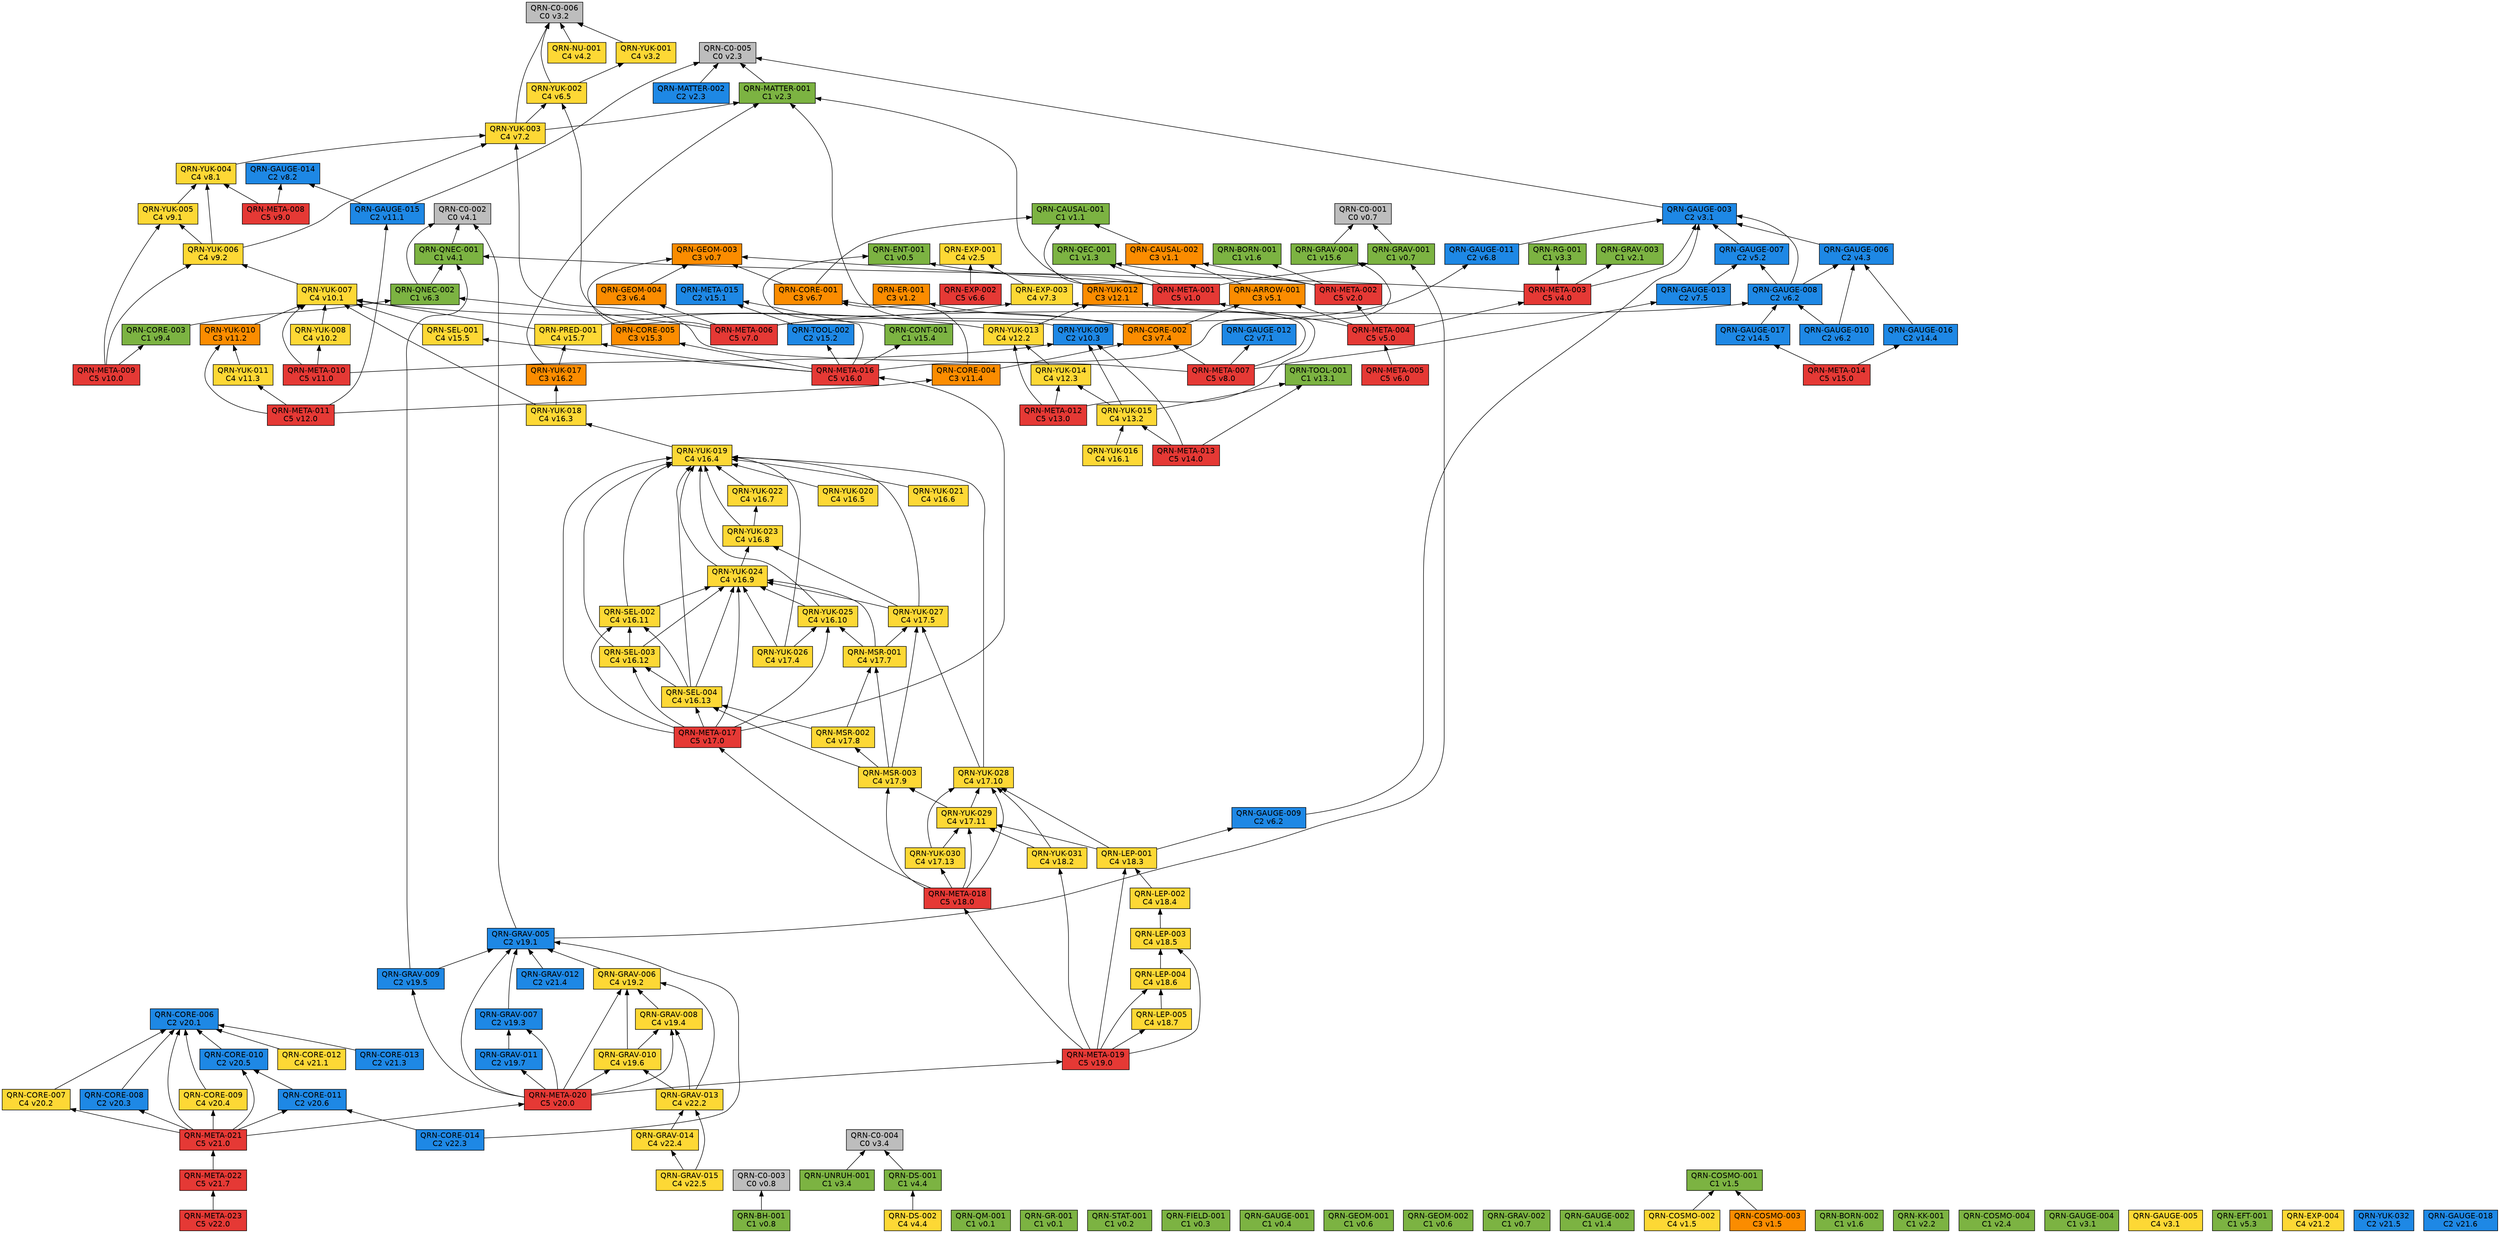
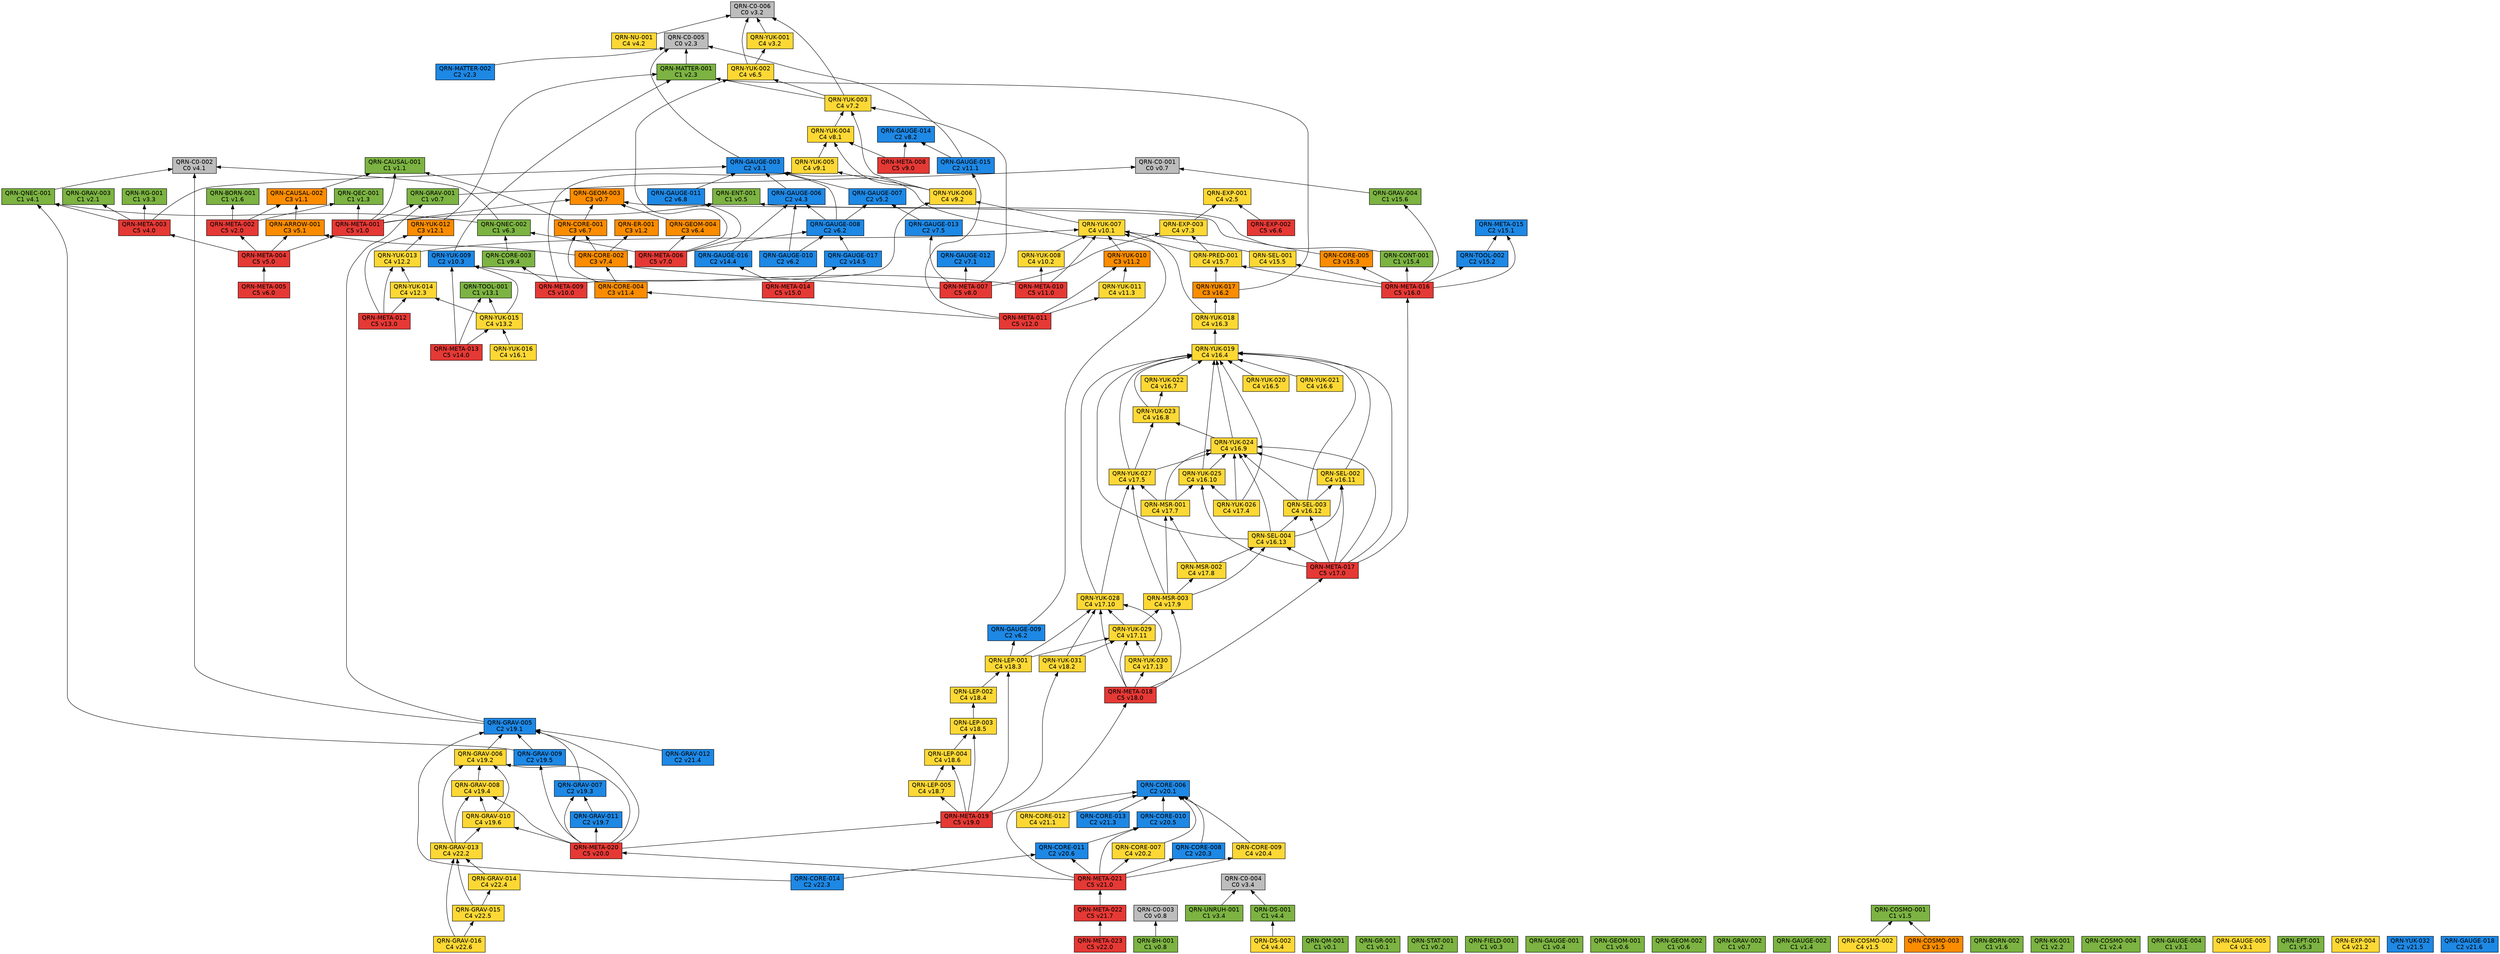
// 自動生成 (dag/report.pl) — QRN 主張依存グラフ
digraph qrn {
  rankdir=BT;
  node [shape=box, style=filled, fontname="Helvetica"];
  "QRN-C0-001" [fillcolor="#bdbdbd", label="QRN-C0-001\nC0 v0.7"];
  "QRN-C0-002" [fillcolor="#bdbdbd", label="QRN-C0-002\nC0 v4.1"];
  "QRN-C0-003" [fillcolor="#bdbdbd", label="QRN-C0-003\nC0 v0.8"];
  "QRN-C0-004" [fillcolor="#bdbdbd", label="QRN-C0-004\nC0 v3.4"];
  "QRN-C0-005" [fillcolor="#bdbdbd", label="QRN-C0-005\nC0 v2.3"];
  "QRN-C0-006" [fillcolor="#bdbdbd", label="QRN-C0-006\nC0 v3.2"];
  "QRN-QM-001" [fillcolor="#7cb342", label="QRN-QM-001\nC1 v0.1"];
  "QRN-GR-001" [fillcolor="#7cb342", label="QRN-GR-001\nC1 v0.1"];
  "QRN-STAT-001" [fillcolor="#7cb342", label="QRN-STAT-001\nC1 v0.2"];
  "QRN-FIELD-001" [fillcolor="#7cb342", label="QRN-FIELD-001\nC1 v0.3"];
  "QRN-GAUGE-001" [fillcolor="#7cb342", label="QRN-GAUGE-001\nC1 v0.4"];
  "QRN-ENT-001" [fillcolor="#7cb342", label="QRN-ENT-001\nC1 v0.5"];
  "QRN-GEOM-001" [fillcolor="#7cb342", label="QRN-GEOM-001\nC1 v0.6"];
  "QRN-GEOM-002" [fillcolor="#7cb342", label="QRN-GEOM-002\nC1 v0.6"];
  "QRN-GEOM-003" [fillcolor="#fb8c00", label="QRN-GEOM-003\nC3 v0.7"];
  "QRN-GRAV-001" [fillcolor="#7cb342", label="QRN-GRAV-001\nC1 v0.7"];
  "QRN-GRAV-002" [fillcolor="#7cb342", label="QRN-GRAV-002\nC1 v0.7"];
  "QRN-BH-001" [fillcolor="#7cb342", label="QRN-BH-001\nC1 v0.8"];
  "QRN-CAUSAL-001" [fillcolor="#7cb342", label="QRN-CAUSAL-001\nC1 v1.1"];
  "QRN-CAUSAL-002" [fillcolor="#fb8c00", label="QRN-CAUSAL-002\nC3 v1.1"];
  "QRN-ER-001" [fillcolor="#fb8c00", label="QRN-ER-001\nC3 v1.2"];
  "QRN-QEC-001" [fillcolor="#7cb342", label="QRN-QEC-001\nC1 v1.3"];
  "QRN-GAUGE-002" [fillcolor="#7cb342", label="QRN-GAUGE-002\nC1 v1.4"];
  "QRN-COSMO-001" [fillcolor="#7cb342", label="QRN-COSMO-001\nC1 v1.5"];
  "QRN-COSMO-002" [fillcolor="#fdd835", label="QRN-COSMO-002\nC4 v1.5"];
  "QRN-COSMO-003" [fillcolor="#fb8c00", label="QRN-COSMO-003\nC3 v1.5"];
  "QRN-BORN-001" [fillcolor="#7cb342", label="QRN-BORN-001\nC1 v1.6"];
  "QRN-BORN-002" [fillcolor="#7cb342", label="QRN-BORN-002\nC1 v1.6"];
  "QRN-GRAV-003" [fillcolor="#7cb342", label="QRN-GRAV-003\nC1 v2.1"];
  "QRN-KK-001" [fillcolor="#7cb342", label="QRN-KK-001\nC1 v2.2"];
  "QRN-MATTER-001" [fillcolor="#7cb342", label="QRN-MATTER-001\nC1 v2.3"];
  "QRN-MATTER-002" [fillcolor="#1e88e5", label="QRN-MATTER-002\nC2 v2.3"];
  "QRN-COSMO-004" [fillcolor="#7cb342", label="QRN-COSMO-004\nC1 v2.4"];
  "QRN-EXP-001" [fillcolor="#fdd835", label="QRN-EXP-001\nC4 v2.5"];
  "QRN-GAUGE-003" [fillcolor="#1e88e5", label="QRN-GAUGE-003\nC2 v3.1"];
  "QRN-GAUGE-004" [fillcolor="#7cb342", label="QRN-GAUGE-004\nC1 v3.1"];
  "QRN-GAUGE-005" [fillcolor="#fdd835", label="QRN-GAUGE-005\nC4 v3.1"];
  "QRN-YUK-001" [fillcolor="#fdd835", label="QRN-YUK-001\nC4 v3.2"];
  "QRN-RG-001" [fillcolor="#7cb342", label="QRN-RG-001\nC1 v3.3"];
  "QRN-UNRUH-001" [fillcolor="#7cb342", label="QRN-UNRUH-001\nC1 v3.4"];
  "QRN-QNEC-001" [fillcolor="#7cb342", label="QRN-QNEC-001\nC1 v4.1"];
  "QRN-NU-001" [fillcolor="#fdd835", label="QRN-NU-001\nC4 v4.2"];
  "QRN-GAUGE-006" [fillcolor="#1e88e5", label="QRN-GAUGE-006\nC2 v4.3"];
  "QRN-DS-001" [fillcolor="#7cb342", label="QRN-DS-001\nC1 v4.4"];
  "QRN-DS-002" [fillcolor="#fdd835", label="QRN-DS-002\nC4 v4.4"];
  "QRN-ARROW-001" [fillcolor="#fb8c00", label="QRN-ARROW-001\nC3 v5.1"];
  "QRN-GAUGE-007" [fillcolor="#1e88e5", label="QRN-GAUGE-007\nC2 v5.2"];
  "QRN-EFT-001" [fillcolor="#7cb342", label="QRN-EFT-001\nC1 v5.3"];
  "QRN-GAUGE-008" [fillcolor="#1e88e5", label="QRN-GAUGE-008\nC2 v6.2"];
  "QRN-GAUGE-009" [fillcolor="#1e88e5", label="QRN-GAUGE-009\nC2 v6.2"];
  "QRN-GAUGE-010" [fillcolor="#1e88e5", label="QRN-GAUGE-010\nC2 v6.2"];
  "QRN-QNEC-002" [fillcolor="#7cb342", label="QRN-QNEC-002\nC1 v6.3"];
  "QRN-GEOM-004" [fillcolor="#fb8c00", label="QRN-GEOM-004\nC3 v6.4"];
  "QRN-YUK-002" [fillcolor="#fdd835", label="QRN-YUK-002\nC4 v6.5"];
  "QRN-EXP-002" [fillcolor="#e53935", label="QRN-EXP-002\nC5 v6.6"];
  "QRN-CORE-001" [fillcolor="#fb8c00", label="QRN-CORE-001\nC3 v6.7"];
  "QRN-GAUGE-011" [fillcolor="#1e88e5", label="QRN-GAUGE-011\nC2 v6.8"];
  "QRN-GAUGE-012" [fillcolor="#1e88e5", label="QRN-GAUGE-012\nC2 v7.1"];
  "QRN-YUK-003" [fillcolor="#fdd835", label="QRN-YUK-003\nC4 v7.2"];
  "QRN-EXP-003" [fillcolor="#fdd835", label="QRN-EXP-003\nC4 v7.3"];
  "QRN-CORE-002" [fillcolor="#fb8c00", label="QRN-CORE-002\nC3 v7.4"];
  "QRN-GAUGE-013" [fillcolor="#1e88e5", label="QRN-GAUGE-013\nC2 v7.5"];
  "QRN-YUK-004" [fillcolor="#fdd835", label="QRN-YUK-004\nC4 v8.1"];
  "QRN-GAUGE-014" [fillcolor="#1e88e5", label="QRN-GAUGE-014\nC2 v8.2"];
  "QRN-META-001" [fillcolor="#e53935", label="QRN-META-001\nC5 v1.0"];
  "QRN-META-002" [fillcolor="#e53935", label="QRN-META-002\nC5 v2.0"];
  "QRN-META-003" [fillcolor="#e53935", label="QRN-META-003\nC5 v4.0"];
  "QRN-META-004" [fillcolor="#e53935", label="QRN-META-004\nC5 v5.0"];
  "QRN-META-005" [fillcolor="#e53935", label="QRN-META-005\nC5 v6.0"];
  "QRN-META-006" [fillcolor="#e53935", label="QRN-META-006\nC5 v7.0"];
  "QRN-META-007" [fillcolor="#e53935", label="QRN-META-007\nC5 v8.0"];
  "QRN-META-008" [fillcolor="#e53935", label="QRN-META-008\nC5 v9.0"];
  "QRN-YUK-005" [fillcolor="#fdd835", label="QRN-YUK-005\nC4 v9.1"];
  "QRN-YUK-006" [fillcolor="#fdd835", label="QRN-YUK-006\nC4 v9.2"];
  "QRN-CORE-003" [fillcolor="#7cb342", label="QRN-CORE-003\nC1 v9.4"];
  "QRN-META-009" [fillcolor="#e53935", label="QRN-META-009\nC5 v10.0"];
  "QRN-YUK-007" [fillcolor="#fdd835", label="QRN-YUK-007\nC4 v10.1"];
  "QRN-YUK-008" [fillcolor="#fdd835", label="QRN-YUK-008\nC4 v10.2"];
  "QRN-YUK-009" [fillcolor="#1e88e5", label="QRN-YUK-009\nC2 v10.3"];
  "QRN-META-010" [fillcolor="#e53935", label="QRN-META-010\nC5 v11.0"];
  "QRN-GAUGE-015" [fillcolor="#1e88e5", label="QRN-GAUGE-015\nC2 v11.1"];
  "QRN-YUK-010" [fillcolor="#fb8c00", label="QRN-YUK-010\nC3 v11.2"];
  "QRN-YUK-011" [fillcolor="#fdd835", label="QRN-YUK-011\nC4 v11.3"];
  "QRN-CORE-004" [fillcolor="#fb8c00", label="QRN-CORE-004\nC3 v11.4"];
  "QRN-META-011" [fillcolor="#e53935", label="QRN-META-011\nC5 v12.0"];
  "QRN-YUK-012" [fillcolor="#fb8c00", label="QRN-YUK-012\nC3 v12.1"];
  "QRN-YUK-013" [fillcolor="#fdd835", label="QRN-YUK-013\nC4 v12.2"];
  "QRN-YUK-014" [fillcolor="#fdd835", label="QRN-YUK-014\nC4 v12.3"];
  "QRN-META-012" [fillcolor="#e53935", label="QRN-META-012\nC5 v13.0"];
  "QRN-TOOL-001" [fillcolor="#7cb342", label="QRN-TOOL-001\nC1 v13.1"];
  "QRN-YUK-015" [fillcolor="#fdd835", label="QRN-YUK-015\nC4 v13.2"];
  "QRN-META-013" [fillcolor="#e53935", label="QRN-META-013\nC5 v14.0"];
  "QRN-GAUGE-016" [fillcolor="#1e88e5", label="QRN-GAUGE-016\nC2 v14.4"];
  "QRN-GAUGE-017" [fillcolor="#1e88e5", label="QRN-GAUGE-017\nC2 v14.5"];
  "QRN-META-014" [fillcolor="#e53935", label="QRN-META-014\nC5 v15.0"];
  "QRN-META-015" [fillcolor="#1e88e5", label="QRN-META-015\nC2 v15.1"];
  "QRN-TOOL-002" [fillcolor="#1e88e5", label="QRN-TOOL-002\nC2 v15.2"];
  "QRN-CORE-005" [fillcolor="#fb8c00", label="QRN-CORE-005\nC3 v15.3"];
  "QRN-CONT-001" [fillcolor="#7cb342", label="QRN-CONT-001\nC1 v15.4"];
  "QRN-SEL-001" [fillcolor="#fdd835", label="QRN-SEL-001\nC4 v15.5"];
  "QRN-GRAV-004" [fillcolor="#7cb342", label="QRN-GRAV-004\nC1 v15.6"];
  "QRN-PRED-001" [fillcolor="#fdd835", label="QRN-PRED-001\nC4 v15.7"];
  "QRN-META-016" [fillcolor="#e53935", label="QRN-META-016\nC5 v16.0"];
  "QRN-YUK-016" [fillcolor="#fdd835", label="QRN-YUK-016\nC4 v16.1"];
  "QRN-YUK-017" [fillcolor="#fb8c00", label="QRN-YUK-017\nC3 v16.2"];
  "QRN-YUK-018" [fillcolor="#fdd835", label="QRN-YUK-018\nC4 v16.3"];
  "QRN-YUK-019" [fillcolor="#fdd835", label="QRN-YUK-019\nC4 v16.4"];
  "QRN-YUK-020" [fillcolor="#fdd835", label="QRN-YUK-020\nC4 v16.5"];
  "QRN-YUK-021" [fillcolor="#fdd835", label="QRN-YUK-021\nC4 v16.6"];
  "QRN-YUK-022" [fillcolor="#fdd835", label="QRN-YUK-022\nC4 v16.7"];
  "QRN-YUK-023" [fillcolor="#fdd835", label="QRN-YUK-023\nC4 v16.8"];
  "QRN-YUK-024" [fillcolor="#fdd835", label="QRN-YUK-024\nC4 v16.9"];
  "QRN-YUK-025" [fillcolor="#fdd835", label="QRN-YUK-025\nC4 v16.10"];
  "QRN-SEL-002" [fillcolor="#fdd835", label="QRN-SEL-002\nC4 v16.11"];
  "QRN-SEL-003" [fillcolor="#fdd835", label="QRN-SEL-003\nC4 v16.12"];
  "QRN-SEL-004" [fillcolor="#fdd835", label="QRN-SEL-004\nC4 v16.13"];
  "QRN-META-017" [fillcolor="#e53935", label="QRN-META-017\nC5 v17.0"];
  "QRN-YUK-026" [fillcolor="#fdd835", label="QRN-YUK-026\nC4 v17.4"];
  "QRN-YUK-027" [fillcolor="#fdd835", label="QRN-YUK-027\nC4 v17.5"];
  "QRN-MSR-001" [fillcolor="#fdd835", label="QRN-MSR-001\nC4 v17.7"];
  "QRN-MSR-002" [fillcolor="#fdd835", label="QRN-MSR-002\nC4 v17.8"];
  "QRN-MSR-003" [fillcolor="#fdd835", label="QRN-MSR-003\nC4 v17.9"];
  "QRN-YUK-028" [fillcolor="#fdd835", label="QRN-YUK-028\nC4 v17.10"];
  "QRN-YUK-029" [fillcolor="#fdd835", label="QRN-YUK-029\nC4 v17.11"];
  "QRN-YUK-030" [fillcolor="#fdd835", label="QRN-YUK-030\nC4 v17.13"];
  "QRN-META-018" [fillcolor="#e53935", label="QRN-META-018\nC5 v18.0"];
  "QRN-YUK-031" [fillcolor="#fdd835", label="QRN-YUK-031\nC4 v18.2"];
  "QRN-LEP-001" [fillcolor="#fdd835", label="QRN-LEP-001\nC4 v18.3"];
  "QRN-LEP-002" [fillcolor="#fdd835", label="QRN-LEP-002\nC4 v18.4"];
  "QRN-LEP-003" [fillcolor="#fdd835", label="QRN-LEP-003\nC4 v18.5"];
  "QRN-LEP-004" [fillcolor="#fdd835", label="QRN-LEP-004\nC4 v18.6"];
  "QRN-LEP-005" [fillcolor="#fdd835", label="QRN-LEP-005\nC4 v18.7"];
  "QRN-META-019" [fillcolor="#e53935", label="QRN-META-019\nC5 v19.0"];
  "QRN-GRAV-005" [fillcolor="#1e88e5", label="QRN-GRAV-005\nC2 v19.1"];
  "QRN-GRAV-006" [fillcolor="#fdd835", label="QRN-GRAV-006\nC4 v19.2"];
  "QRN-GRAV-007" [fillcolor="#1e88e5", label="QRN-GRAV-007\nC2 v19.3"];
  "QRN-GRAV-008" [fillcolor="#fdd835", label="QRN-GRAV-008\nC4 v19.4"];
  "QRN-GRAV-009" [fillcolor="#1e88e5", label="QRN-GRAV-009\nC2 v19.5"];
  "QRN-GRAV-010" [fillcolor="#fdd835", label="QRN-GRAV-010\nC4 v19.6"];
  "QRN-GRAV-011" [fillcolor="#1e88e5", label="QRN-GRAV-011\nC2 v19.7"];
  "QRN-META-020" [fillcolor="#e53935", label="QRN-META-020\nC5 v20.0"];
  "QRN-CORE-006" [fillcolor="#1e88e5", label="QRN-CORE-006\nC2 v20.1"];
  "QRN-CORE-007" [fillcolor="#fdd835", label="QRN-CORE-007\nC4 v20.2"];
  "QRN-CORE-008" [fillcolor="#1e88e5", label="QRN-CORE-008\nC2 v20.3"];
  "QRN-CORE-009" [fillcolor="#fdd835", label="QRN-CORE-009\nC4 v20.4"];
  "QRN-CORE-010" [fillcolor="#1e88e5", label="QRN-CORE-010\nC2 v20.5"];
  "QRN-CORE-011" [fillcolor="#1e88e5", label="QRN-CORE-011\nC2 v20.6"];
  "QRN-META-021" [fillcolor="#e53935", label="QRN-META-021\nC5 v21.0"];
  "QRN-CORE-012" [fillcolor="#fdd835", label="QRN-CORE-012\nC4 v21.1"];
  "QRN-EXP-004" [fillcolor="#fdd835", label="QRN-EXP-004\nC4 v21.2"];
  "QRN-CORE-013" [fillcolor="#1e88e5", label="QRN-CORE-013\nC2 v21.3"];
  "QRN-GRAV-012" [fillcolor="#1e88e5", label="QRN-GRAV-012\nC2 v21.4"];
  "QRN-YUK-032" [fillcolor="#1e88e5", label="QRN-YUK-032\nC2 v21.5"];
  "QRN-GAUGE-018" [fillcolor="#1e88e5", label="QRN-GAUGE-018\nC2 v21.6"];
  "QRN-META-022" [fillcolor="#e53935", label="QRN-META-022\nC5 v21.7"];
  "QRN-META-023" [fillcolor="#e53935", label="QRN-META-023\nC5 v22.0"];
  "QRN-CORE-014" [fillcolor="#1e88e5", label="QRN-CORE-014\nC2 v22.3"];
  "QRN-GRAV-013" [fillcolor="#fdd835", label="QRN-GRAV-013\nC4 v22.2"];
  "QRN-GRAV-014" [fillcolor="#fdd835", label="QRN-GRAV-014\nC4 v22.4"];
  "QRN-GRAV-015" [fillcolor="#fdd835", label="QRN-GRAV-015\nC4 v22.5"];
+   "QRN-GRAV-016" [fillcolor="#fdd835", label="QRN-GRAV-016\nC4 v22.6"];
  "QRN-GRAV-001" -> "QRN-C0-001";
  "QRN-BH-001" -> "QRN-C0-003";
  "QRN-CAUSAL-002" -> "QRN-CAUSAL-001";
  "QRN-COSMO-002" -> "QRN-COSMO-001";
  "QRN-COSMO-003" -> "QRN-COSMO-001";
  "QRN-MATTER-001" -> "QRN-C0-005";
  "QRN-MATTER-002" -> "QRN-C0-005";
  "QRN-GAUGE-003" -> "QRN-C0-005";
  "QRN-YUK-001" -> "QRN-C0-006";
  "QRN-UNRUH-001" -> "QRN-C0-004";
  "QRN-QNEC-001" -> "QRN-C0-002";
  "QRN-NU-001" -> "QRN-C0-006";
  "QRN-GAUGE-006" -> "QRN-GAUGE-003";
  "QRN-DS-001" -> "QRN-C0-004";
  "QRN-DS-002" -> "QRN-DS-001";
  "QRN-ARROW-001" -> "QRN-CAUSAL-002";
  "QRN-GAUGE-007" -> "QRN-GAUGE-003";
  "QRN-GAUGE-008" -> "QRN-GAUGE-003";
  "QRN-GAUGE-008" -> "QRN-GAUGE-006";
  "QRN-GAUGE-008" -> "QRN-GAUGE-007";
  "QRN-GAUGE-009" -> "QRN-GAUGE-003";
  "QRN-GAUGE-010" -> "QRN-GAUGE-006";
  "QRN-GAUGE-010" -> "QRN-GAUGE-008";
  "QRN-QNEC-002" -> "QRN-C0-002";
  "QRN-QNEC-002" -> "QRN-QNEC-001";
  "QRN-GEOM-004" -> "QRN-GEOM-003";
  "QRN-YUK-002" -> "QRN-C0-006";
  "QRN-YUK-002" -> "QRN-YUK-001";
  "QRN-EXP-002" -> "QRN-EXP-001";
  "QRN-CORE-001" -> "QRN-GEOM-003";
  "QRN-CORE-001" -> "QRN-CAUSAL-001";
  "QRN-GAUGE-011" -> "QRN-GAUGE-003";
  "QRN-YUK-003" -> "QRN-C0-006";
  "QRN-YUK-003" -> "QRN-MATTER-001";
  "QRN-YUK-003" -> "QRN-YUK-002";
  "QRN-EXP-003" -> "QRN-EXP-001";
  "QRN-CORE-002" -> "QRN-CORE-001";
  "QRN-CORE-002" -> "QRN-ER-001";
  "QRN-CORE-002" -> "QRN-ARROW-001";
  "QRN-GAUGE-013" -> "QRN-GAUGE-007";
  "QRN-YUK-004" -> "QRN-YUK-003";
  "QRN-META-001" -> "QRN-GEOM-003";
  "QRN-META-001" -> "QRN-GRAV-001";
  "QRN-META-001" -> "QRN-CAUSAL-001";
  "QRN-META-001" -> "QRN-QEC-001";
  "QRN-META-001" -> "QRN-ENT-001";
  "QRN-META-002" -> "QRN-QEC-001";
  "QRN-META-002" -> "QRN-BORN-001";
  "QRN-META-002" -> "QRN-CAUSAL-002";
  "QRN-META-003" -> "QRN-GAUGE-003";
  "QRN-META-003" -> "QRN-RG-001";
  "QRN-META-003" -> "QRN-QNEC-001";
  "QRN-META-003" -> "QRN-GRAV-003";
  "QRN-META-004" -> "QRN-META-001";
  "QRN-META-004" -> "QRN-META-002";
  "QRN-META-004" -> "QRN-META-003";
  "QRN-META-004" -> "QRN-ARROW-001";
  "QRN-META-005" -> "QRN-META-004";
  "QRN-META-006" -> "QRN-GAUGE-008";
  "QRN-META-006" -> "QRN-QNEC-002";
  "QRN-META-006" -> "QRN-GEOM-004";
  "QRN-META-006" -> "QRN-YUK-002";
  "QRN-META-006" -> "QRN-GAUGE-011";
  "QRN-META-007" -> "QRN-GAUGE-012";
  "QRN-META-007" -> "QRN-YUK-003";
  "QRN-META-007" -> "QRN-EXP-003";
  "QRN-META-007" -> "QRN-CORE-002";
  "QRN-META-007" -> "QRN-GAUGE-013";
  "QRN-META-008" -> "QRN-YUK-004";
  "QRN-META-008" -> "QRN-GAUGE-014";
  "QRN-YUK-005" -> "QRN-YUK-004";
  "QRN-YUK-006" -> "QRN-YUK-003";
  "QRN-YUK-006" -> "QRN-YUK-004";
  "QRN-YUK-006" -> "QRN-YUK-005";
  "QRN-CORE-003" -> "QRN-QNEC-002";
  "QRN-META-009" -> "QRN-YUK-005";
  "QRN-META-009" -> "QRN-YUK-006";
  "QRN-META-009" -> "QRN-CORE-003";
  "QRN-YUK-007" -> "QRN-YUK-006";
  "QRN-YUK-008" -> "QRN-YUK-007";
  "QRN-YUK-009" -> "QRN-MATTER-001";
  "QRN-META-010" -> "QRN-YUK-007";
  "QRN-META-010" -> "QRN-YUK-008";
  "QRN-META-010" -> "QRN-YUK-009";
  "QRN-GAUGE-015" -> "QRN-C0-005";
  "QRN-GAUGE-015" -> "QRN-GAUGE-014";
  "QRN-YUK-010" -> "QRN-YUK-007";
  "QRN-YUK-011" -> "QRN-YUK-010";
  "QRN-CORE-004" -> "QRN-CORE-001";
  "QRN-CORE-004" -> "QRN-CORE-002";
  "QRN-META-011" -> "QRN-GAUGE-015";
  "QRN-META-011" -> "QRN-YUK-010";
  "QRN-META-011" -> "QRN-YUK-011";
  "QRN-META-011" -> "QRN-CORE-004";
  "QRN-YUK-012" -> "QRN-MATTER-001";
  "QRN-YUK-013" -> "QRN-YUK-012";
  "QRN-YUK-013" -> "QRN-YUK-007";
  "QRN-YUK-014" -> "QRN-YUK-013";
  "QRN-META-012" -> "QRN-YUK-012";
  "QRN-META-012" -> "QRN-YUK-013";
  "QRN-META-012" -> "QRN-YUK-014";
  "QRN-YUK-015" -> "QRN-YUK-014";
  "QRN-YUK-015" -> "QRN-TOOL-001";
  "QRN-YUK-015" -> "QRN-YUK-009";
  "QRN-META-013" -> "QRN-YUK-015";
  "QRN-META-013" -> "QRN-TOOL-001";
  "QRN-META-013" -> "QRN-YUK-009";
  "QRN-GAUGE-016" -> "QRN-GAUGE-006";
  "QRN-GAUGE-017" -> "QRN-GAUGE-008";
  "QRN-META-014" -> "QRN-GAUGE-016";
  "QRN-META-014" -> "QRN-GAUGE-017";
  "QRN-TOOL-002" -> "QRN-META-015";
  "QRN-CORE-005" -> "QRN-GEOM-003";
  "QRN-CONT-001" -> "QRN-ENT-001";
  "QRN-SEL-001" -> "QRN-YUK-007";
  "QRN-GRAV-004" -> "QRN-C0-001";
  "QRN-PRED-001" -> "QRN-YUK-007";
  "QRN-PRED-001" -> "QRN-EXP-003";
  "QRN-META-016" -> "QRN-META-015";
  "QRN-META-016" -> "QRN-TOOL-002";
  "QRN-META-016" -> "QRN-CORE-005";
  "QRN-META-016" -> "QRN-CONT-001";
  "QRN-META-016" -> "QRN-SEL-001";
  "QRN-META-016" -> "QRN-GRAV-004";
  "QRN-META-016" -> "QRN-PRED-001";
  "QRN-YUK-016" -> "QRN-YUK-015";
  "QRN-YUK-017" -> "QRN-MATTER-001";
  "QRN-YUK-017" -> "QRN-PRED-001";
  "QRN-YUK-018" -> "QRN-YUK-017";
  "QRN-YUK-018" -> "QRN-YUK-007";
  "QRN-YUK-019" -> "QRN-YUK-018";
  "QRN-YUK-020" -> "QRN-YUK-019";
  "QRN-YUK-021" -> "QRN-YUK-019";
  "QRN-YUK-022" -> "QRN-YUK-019";
  "QRN-YUK-023" -> "QRN-YUK-019";
  "QRN-YUK-023" -> "QRN-YUK-022";
  "QRN-YUK-024" -> "QRN-YUK-019";
  "QRN-YUK-024" -> "QRN-YUK-023";
  "QRN-YUK-025" -> "QRN-YUK-019";
  "QRN-YUK-025" -> "QRN-YUK-024";
  "QRN-SEL-002" -> "QRN-YUK-019";
  "QRN-SEL-002" -> "QRN-YUK-024";
  "QRN-SEL-003" -> "QRN-YUK-019";
  "QRN-SEL-003" -> "QRN-YUK-024";
  "QRN-SEL-003" -> "QRN-SEL-002";
  "QRN-SEL-004" -> "QRN-YUK-019";
  "QRN-SEL-004" -> "QRN-YUK-024";
  "QRN-SEL-004" -> "QRN-SEL-002";
  "QRN-SEL-004" -> "QRN-SEL-003";
  "QRN-META-017" -> "QRN-META-016";
  "QRN-META-017" -> "QRN-YUK-019";
  "QRN-META-017" -> "QRN-YUK-024";
  "QRN-META-017" -> "QRN-YUK-025";
  "QRN-META-017" -> "QRN-SEL-002";
  "QRN-META-017" -> "QRN-SEL-003";
  "QRN-META-017" -> "QRN-SEL-004";
  "QRN-YUK-026" -> "QRN-YUK-019";
  "QRN-YUK-026" -> "QRN-YUK-024";
  "QRN-YUK-026" -> "QRN-YUK-025";
  "QRN-YUK-027" -> "QRN-YUK-019";
  "QRN-YUK-027" -> "QRN-YUK-023";
  "QRN-YUK-027" -> "QRN-YUK-024";
  "QRN-MSR-001" -> "QRN-YUK-024";
  "QRN-MSR-001" -> "QRN-YUK-025";
  "QRN-MSR-001" -> "QRN-YUK-027";
  "QRN-MSR-002" -> "QRN-SEL-004";
  "QRN-MSR-002" -> "QRN-MSR-001";
  "QRN-MSR-003" -> "QRN-MSR-001";
  "QRN-MSR-003" -> "QRN-MSR-002";
  "QRN-MSR-003" -> "QRN-SEL-004";
  "QRN-MSR-003" -> "QRN-YUK-027";
  "QRN-YUK-028" -> "QRN-YUK-019";
  "QRN-YUK-028" -> "QRN-YUK-027";
  "QRN-YUK-029" -> "QRN-YUK-028";
  "QRN-YUK-029" -> "QRN-MSR-003";
  "QRN-YUK-030" -> "QRN-YUK-028";
  "QRN-YUK-030" -> "QRN-YUK-029";
  "QRN-META-018" -> "QRN-META-017";
  "QRN-META-018" -> "QRN-MSR-003";
  "QRN-META-018" -> "QRN-YUK-028";
  "QRN-META-018" -> "QRN-YUK-029";
  "QRN-META-018" -> "QRN-YUK-030";
  "QRN-YUK-031" -> "QRN-YUK-028";
  "QRN-YUK-031" -> "QRN-YUK-029";
  "QRN-LEP-001" -> "QRN-YUK-028";
  "QRN-LEP-001" -> "QRN-YUK-029";
  "QRN-LEP-001" -> "QRN-GAUGE-009";
  "QRN-LEP-002" -> "QRN-LEP-001";
  "QRN-LEP-003" -> "QRN-LEP-002";
  "QRN-LEP-004" -> "QRN-LEP-003";
  "QRN-LEP-005" -> "QRN-LEP-004";
  "QRN-META-019" -> "QRN-META-018";
  "QRN-META-019" -> "QRN-YUK-031";
  "QRN-META-019" -> "QRN-LEP-001";
  "QRN-META-019" -> "QRN-LEP-003";
  "QRN-META-019" -> "QRN-LEP-004";
  "QRN-META-019" -> "QRN-LEP-005";
  "QRN-GRAV-005" -> "QRN-C0-002";
  "QRN-GRAV-005" -> "QRN-GRAV-001";
  "QRN-GRAV-006" -> "QRN-GRAV-005";
  "QRN-GRAV-007" -> "QRN-GRAV-005";
  "QRN-GRAV-008" -> "QRN-GRAV-006";
  "QRN-GRAV-009" -> "QRN-GRAV-005";
  "QRN-GRAV-009" -> "QRN-QNEC-001";
  "QRN-GRAV-010" -> "QRN-GRAV-006";
  "QRN-GRAV-010" -> "QRN-GRAV-008";
  "QRN-GRAV-011" -> "QRN-GRAV-007";
  "QRN-META-020" -> "QRN-META-019";
  "QRN-META-020" -> "QRN-GRAV-005";
  "QRN-META-020" -> "QRN-GRAV-006";
  "QRN-META-020" -> "QRN-GRAV-007";
  "QRN-META-020" -> "QRN-GRAV-008";
  "QRN-META-020" -> "QRN-GRAV-009";
  "QRN-META-020" -> "QRN-GRAV-010";
  "QRN-META-020" -> "QRN-GRAV-011";
  "QRN-CORE-007" -> "QRN-CORE-006";
  "QRN-CORE-008" -> "QRN-CORE-006";
  "QRN-CORE-009" -> "QRN-CORE-006";
  "QRN-CORE-010" -> "QRN-CORE-006";
  "QRN-CORE-011" -> "QRN-CORE-010";
  "QRN-META-021" -> "QRN-META-020";
  "QRN-META-021" -> "QRN-CORE-006";
  "QRN-META-021" -> "QRN-CORE-007";
  "QRN-META-021" -> "QRN-CORE-008";
  "QRN-META-021" -> "QRN-CORE-009";
  "QRN-META-021" -> "QRN-CORE-010";
  "QRN-META-021" -> "QRN-CORE-011";
  "QRN-CORE-012" -> "QRN-CORE-006";
  "QRN-CORE-013" -> "QRN-CORE-006";
  "QRN-GRAV-012" -> "QRN-GRAV-005";
  "QRN-META-022" -> "QRN-META-021";
  "QRN-META-023" -> "QRN-META-022";
  "QRN-CORE-014" -> "QRN-CORE-011";
  "QRN-CORE-014" -> "QRN-GRAV-005";
  "QRN-GRAV-013" -> "QRN-GRAV-006";
  "QRN-GRAV-013" -> "QRN-GRAV-008";
  "QRN-GRAV-013" -> "QRN-GRAV-010";
  "QRN-GRAV-014" -> "QRN-GRAV-013";
  "QRN-GRAV-015" -> "QRN-GRAV-013";
  "QRN-GRAV-015" -> "QRN-GRAV-014";
+   "QRN-GRAV-016" -> "QRN-GRAV-013";
+   "QRN-GRAV-016" -> "QRN-GRAV-015";
}
